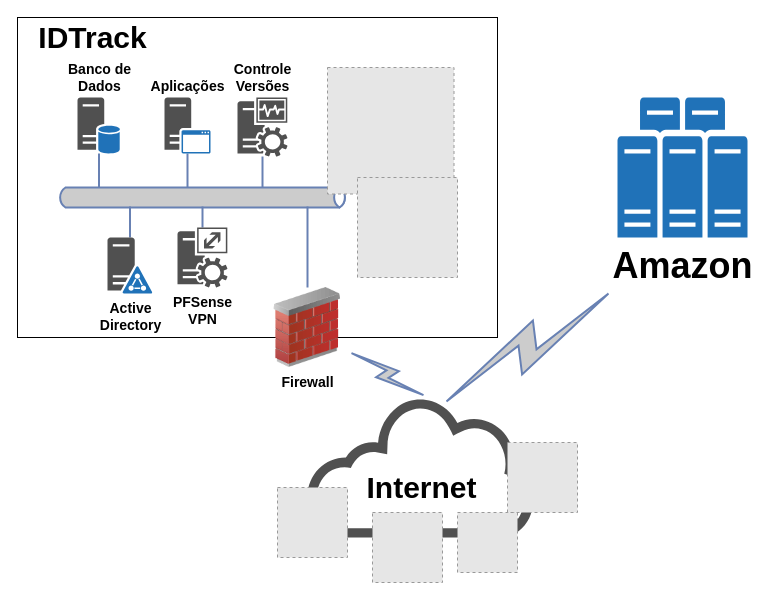
Earlier version of the draw.io diagram Controle de Acesso.drawio (jonas-santiago/IDTrack). Source tidied: cells renumbered, new cells numbered last; positions are measured from the earlier drawing's top-left corner, leaving out a move shared by most shapes. Both pictures are drawn from the tidied source at 100%, with x=0, y=0 at pixel (17, 17). Pictures stored in the file or linked from it are replaced by grey dashed boxes.
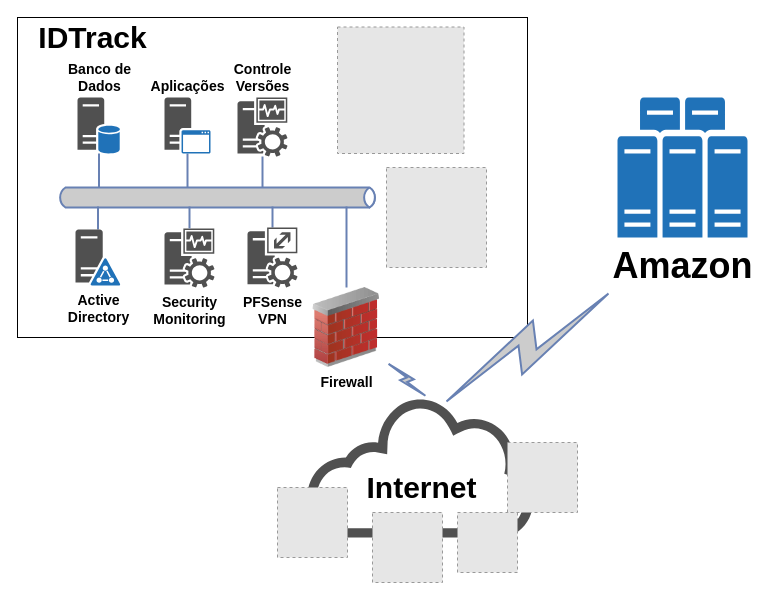
Above is the later version.

The edit, as a diff of the source:
```diff
@@
     <mxCell id="2" style="whiteSpace=wrap;html=1;fontSize=30;" parent="1" vertex="1">
-      <mxGeometry width="480" height="320" as="geometry" />
+      <mxGeometry width="510" height="320" as="geometry" />
     </mxCell>
@@
     <mxCell id="4" style="html=1;fillColor=#CCCCCC;strokeColor=#6881B3;gradientColor=none;gradientDirection=north;strokeWidth=2;shape=mxgraph.networks.bus;gradientColor=none;gradientDirection=north;fontColor=#ffffff;perimeter=backbonePerimeter;backboneSize=20;fontSize=14;fontStyle=1;" parent="1" vertex="1">
-      <mxGeometry x="40" y="170" width="290" height="20" as="geometry" />
+      <mxGeometry x="40" y="170" width="320" height="20" as="geometry" />
     </mxCell>
@@
     <mxCell id="11" value="Active &lt;br style=&quot;font-size: 14px;&quot;&gt;Directory" style="shadow=0;dashed=0;html=1;strokeColor=none;fillColor=#505050;labelPosition=center;verticalLabelPosition=bottom;verticalAlign=top;outlineConnect=0;align=center;shape=mxgraph.office.servers.active_directory_federation_services_server_blue;fontSize=14;fontStyle=1;" parent="1" vertex="1">
-      <mxGeometry x="90" y="220" width="45" height="56" as="geometry" />
+      <mxGeometry x="58" y="212" width="45" height="56" as="geometry" />
     </mxCell>
     <mxCell id="12" value="PFSense&lt;br style=&quot;font-size: 14px;&quot;&gt;VPN" style="shadow=0;dashed=0;html=1;strokeColor=none;fillColor=#505050;labelPosition=center;verticalLabelPosition=bottom;verticalAlign=top;outlineConnect=0;align=center;shape=mxgraph.office.servers.call_admission_control_service;fontSize=14;fontStyle=1;" parent="1" vertex="1">
-      <mxGeometry x="160" y="210" width="50" height="60" as="geometry" />
+      <mxGeometry x="230" y="210" width="50" height="60" as="geometry" />
     </mxCell>
     <mxCell id="13" value="Firewall" style="image;html=1;image=img/lib/clip_art/networking/Firewall_02_128x128.png;fontSize=14;fontStyle=1;" parent="1" vertex="1">
-      <mxGeometry x="250" y="270" width="80" height="80" as="geometry" />
+      <mxGeometry x="289" y="270" width="80" height="80" as="geometry" />
     </mxCell>
@@
     <mxCell id="19" style="fillColor=#E6E6E6;strokeColor=#999999;dashed=1;verticalLabelPosition=bottom;labelBackgroundColor=#ffffff;verticalAlign=top;fontStyle=1;" parent="1" vertex="1">
-      <mxGeometry x="310" y="50" width="126.5" height="126.5" as="geometry" />
+      <mxGeometry x="320" y="9.5" width="126.5" height="126.5" as="geometry" />
     </mxCell>
     <mxCell id="20" style="fillColor=#E6E6E6;strokeColor=#999999;dashed=1;verticalLabelPosition=bottom;labelBackgroundColor=#ffffff;verticalAlign=top;fontStyle=1;" parent="1" vertex="1">
-      <mxGeometry x="340" y="160" width="100" height="100" as="geometry" />
+      <mxGeometry x="369" y="150" width="100" height="100" as="geometry" />
     </mxCell>
@@
+    <mxCell id="28" value="Security&lt;br style=&quot;font-size: 14px;&quot;&gt;Monitoring" style="shadow=0;dashed=0;html=1;strokeColor=none;fillColor=#505050;labelPosition=center;verticalLabelPosition=bottom;verticalAlign=top;outlineConnect=0;align=center;shape=mxgraph.office.servers.monitoring_sql_reporting_services;fontStyle=1;fontSize=14;" parent="1" vertex="1">
+      <mxGeometry x="147" y="211" width="50" height="59" as="geometry" />
+    </mxCell>
+    <mxCell id="29" style="strokeColor=#6881B3;edgeStyle=none;rounded=0;endArrow=none;html=1;strokeWidth=2;fontSize=14;fontStyle=1;" parent="1" edge="1" source="28" target="4">
+      <mxGeometry relative="1" as="geometry" />
+    </mxCell>
```
